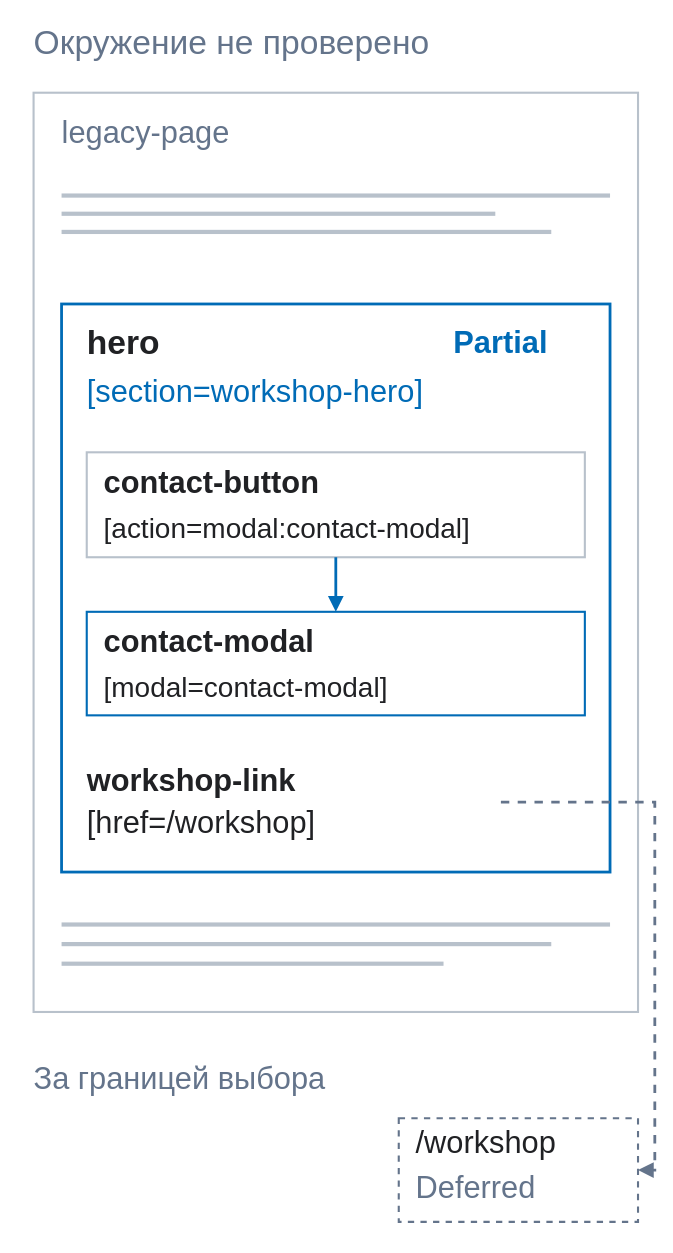
Above: assets/tutorial/diagrams/scope-ru.svg in Poliklot/dfc-bridge (draw.io), before the change. Source tidied: cells renumbered, new cells last; positions are measured from the earlier drawing's top-left corner, leaving out a move shared by most shapes.
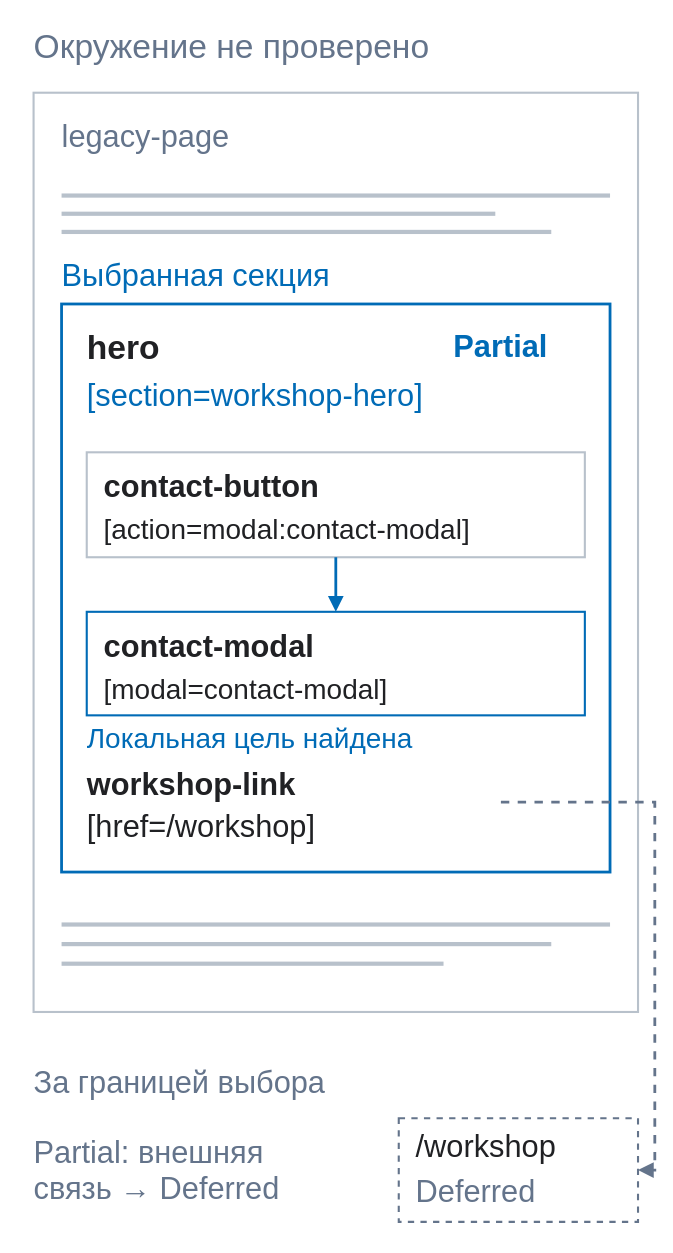
Later version of the same file.

What changed in the source:
```diff
@@ -5,13 +5,13 @@
     <mxCell id="2" style="rounded=0;arcSize=5;fillColor=#FFFFFF;strokeColor=none;strokeWidth=1.5;dashed=0;" parent="1" vertex="1">
       <mxGeometry width="480" height="894" as="geometry" />
     </mxCell>
-    <mxCell id="3" value="Окружение не проверено" style="shape=text;whiteSpace=wrap;html=0;fillColor=none;strokeColor=none;fontFamily=Arial;fontSize=24;fontColor=#64748B;fontStyle=0;align=left;verticalAlign=middle;spacing=0;overflow=visible;" parent="1" vertex="1">
+    <mxCell id="3" value="Окружение не проверено" style="shape=text;whiteSpace=nowrap;html=0;fillColor=none;strokeColor=none;fontFamily=Arial;fontSize=24;fontColor=#64748B;fontStyle=0;align=left;verticalAlign=middle;spacing=0;overflow=visible;" parent="1" vertex="1">
       <mxGeometry x="24" y="12" width="432" height="36" as="geometry" />
     </mxCell>
     <mxCell id="4" style="rounded=0;arcSize=5;fillColor=#FFFFFF;strokeColor=#B8C1CB;strokeWidth=1.5;dashed=0;" parent="1" vertex="1">
       <mxGeometry x="24" y="66" width="432" height="657" as="geometry" />
     </mxCell>
-    <mxCell id="5" value="legacy-page" style="shape=text;whiteSpace=wrap;html=0;fillColor=none;strokeColor=none;fontFamily=Arial;fontSize=22;fontColor=#64748B;fontStyle=0;align=left;verticalAlign=middle;spacing=0;overflow=visible;" parent="4" vertex="1">
+    <mxCell id="5" value="legacy-page" style="shape=text;whiteSpace=nowrap;html=0;fillColor=none;strokeColor=none;fontFamily=Arial;fontSize=22;fontColor=#64748B;fontStyle=0;align=left;verticalAlign=middle;spacing=0;overflow=visible;" parent="4" vertex="1">
       <mxGeometry x="20" y="13" width="392" height="32" as="geometry" />
     </mxCell>
     <mxCell id="6" style="rounded=0;arcSize=5;fillColor=#B8C1CB;strokeColor=none;strokeWidth=1.5;dashed=0;" parent="4" vertex="1">
@@ -26,73 +26,82 @@
     <mxCell id="9" style="rounded=0;arcSize=5;fillColor=#FFFFFF;strokeColor=#006BB6;strokeWidth=2;dashed=0;" parent="4" vertex="1">
       <mxGeometry x="20" y="151" width="392" height="406" as="geometry" />
     </mxCell>
-    <mxCell id="10" value="hero" style="shape=text;whiteSpace=wrap;html=0;fillColor=none;strokeColor=none;fontFamily=Arial;fontSize=24;fontColor=#202124;fontStyle=1;align=left;verticalAlign=middle;spacing=0;overflow=visible;" parent="9" vertex="1">
+    <mxCell id="10" value="hero" style="shape=text;whiteSpace=nowrap;html=0;fillColor=none;strokeColor=none;fontFamily=Arial;fontSize=24;fontColor=#202124;fontStyle=1;align=left;verticalAlign=middle;spacing=0;overflow=visible;" parent="9" vertex="1">
       <mxGeometry x="18" y="13" width="240" height="30" as="geometry" />
     </mxCell>
-    <mxCell id="11" value="Partial" style="shape=text;whiteSpace=wrap;html=0;fillColor=none;strokeColor=none;fontFamily=Arial;fontSize=22;fontColor=#006BB6;fontStyle=1;align=left;verticalAlign=middle;spacing=0;overflow=visible;" parent="9" vertex="1">
+    <mxCell id="11" value="Partial" style="shape=text;whiteSpace=nowrap;html=0;fillColor=none;strokeColor=none;fontFamily=Arial;fontSize=22;fontColor=#006BB6;fontStyle=1;align=left;verticalAlign=middle;spacing=0;overflow=visible;" parent="9" vertex="1">
       <mxGeometry x="280" y="13" width="94" height="30" as="geometry" />
     </mxCell>
-    <mxCell id="12" value="[section=workshop-hero]" style="shape=text;whiteSpace=wrap;html=0;fillColor=none;strokeColor=none;fontFamily=Arial;fontSize=22;fontColor=#006BB6;fontStyle=0;align=left;verticalAlign=middle;spacing=0;overflow=visible;" parent="9" vertex="1">
-      <mxGeometry x="18" y="47" width="356" height="32" as="geometry" />
-    </mxCell>
-    <mxCell id="13" style="rounded=0;arcSize=5;fillColor=#FFFFFF;strokeColor=#B8C1CB;strokeWidth=1.5;dashed=0;" parent="9" vertex="1">
-      <mxGeometry x="18" y="106" width="356" height="75" as="geometry" />
+    <mxCell id="13" value="[section=workshop-hero]" style="shape=text;whiteSpace=nowrap;html=0;fillColor=none;strokeColor=none;fontFamily=Arial;fontSize=22;fontColor=#006BB6;fontStyle=0;align=left;verticalAlign=middle;spacing=0;overflow=visible;" parent="9" vertex="1">
+      <mxGeometry x="18" y="47" width="356" height="32" as="geometry" />
     </mxCell>
-    <mxCell id="14" value="contact-button" style="shape=text;whiteSpace=wrap;html=0;fillColor=none;strokeColor=none;fontFamily=Arial;fontSize=22;fontColor=#202124;fontStyle=1;align=left;verticalAlign=middle;spacing=0;overflow=visible;" parent="13" vertex="1">
-      <mxGeometry x="12" y="7" width="332" height="30" as="geometry" />
+    <mxCell id="14" style="rounded=0;arcSize=5;fillColor=#FFFFFF;strokeColor=#B8C1CB;strokeWidth=1.5;dashed=0;" parent="9" vertex="1">
+      <mxGeometry x="18" y="106" width="356" height="75" as="geometry" />
     </mxCell>
-    <mxCell id="15" value="[action=modal:contact-modal]" style="shape=text;whiteSpace=wrap;html=0;fillColor=none;strokeColor=none;fontFamily=Arial;fontSize=20;fontColor=#202124;fontStyle=0;align=left;verticalAlign=middle;spacing=0;overflow=visible;" parent="13" vertex="1">
-      <mxGeometry x="12" y="38" width="332" height="30" as="geometry" />
+    <mxCell id="15" value="contact-button" style="shape=text;whiteSpace=nowrap;html=0;fillColor=none;strokeColor=none;fontFamily=Arial;fontSize=22;fontColor=#202124;fontStyle=1;align=left;verticalAlign=middle;spacing=0;overflow=visible;" parent="14" vertex="1">
+      <mxGeometry x="12" y="7" width="332" height="30" as="geometry" />
     </mxCell>
-    <mxCell id="16" style="rounded=0;arcSize=5;fillColor=#FFFFFF;strokeColor=#006BB6;strokeWidth=1.5;dashed=0;" parent="9" vertex="1">
-      <mxGeometry x="18" y="220" width="356" height="74" as="geometry" />
+    <mxCell id="16" value="[action=modal:contact-modal]" style="shape=text;whiteSpace=nowrap;html=0;fillColor=none;strokeColor=none;fontFamily=Arial;fontSize=20;fontColor=#202124;fontStyle=0;align=left;verticalAlign=middle;spacing=0;overflow=visible;" parent="14" vertex="1">
+      <mxGeometry x="12" y="38" width="332" height="30" as="geometry" />
     </mxCell>
-    <mxCell id="17" value="contact-modal" style="shape=text;whiteSpace=wrap;html=0;fillColor=none;strokeColor=none;fontFamily=Arial;fontSize=22;fontColor=#202124;fontStyle=1;align=left;verticalAlign=middle;spacing=0;overflow=visible;" parent="16" vertex="1">
-      <mxGeometry x="12" y="7" width="332" height="30" as="geometry" />
+    <mxCell id="17" style="rounded=0;arcSize=5;fillColor=#FFFFFF;strokeColor=#006BB6;strokeWidth=1.5;dashed=0;" parent="9" vertex="1">
+      <mxGeometry x="18" y="220" width="356" height="74" as="geometry" />
     </mxCell>
-    <mxCell id="18" value="[modal=contact-modal]" style="shape=text;whiteSpace=wrap;html=0;fillColor=none;strokeColor=none;fontFamily=Arial;fontSize=20;fontColor=#202124;fontStyle=0;align=left;verticalAlign=middle;spacing=0;overflow=visible;" parent="16" vertex="1">
-      <mxGeometry x="12" y="38" width="332" height="30" as="geometry" />
+    <mxCell id="18" value="contact-modal" style="shape=text;whiteSpace=nowrap;html=0;fillColor=none;strokeColor=none;fontFamily=Arial;fontSize=22;fontColor=#202124;fontStyle=1;align=left;verticalAlign=middle;spacing=0;overflow=visible;" parent="17" vertex="1">
+      <mxGeometry x="12" y="7" width="332" height="30" as="geometry" />
     </mxCell>
-    <mxCell id="19" style="edgeStyle=orthogonalEdgeStyle;rounded=0;endArrow=block;endFill=1;strokeColor=#006BB6;strokeWidth=2;dashed=0;" parent="9" edge="1" source="13" target="16">
-      <mxGeometry relative="1" as="geometry" />
+    <mxCell id="19" value="[modal=contact-modal]" style="shape=text;whiteSpace=nowrap;html=0;fillColor=none;strokeColor=none;fontFamily=Arial;fontSize=20;fontColor=#202124;fontStyle=0;align=left;verticalAlign=middle;spacing=0;overflow=visible;" parent="17" vertex="1">
+      <mxGeometry x="12" y="38" width="332" height="30" as="geometry" />
     </mxCell>
-    <mxCell id="20" style="rounded=0;arcSize=5;fillColor=#FFFFFF;strokeColor=none;strokeWidth=1.5;dashed=0;" parent="9" vertex="1">
-      <mxGeometry x="18" y="326" width="296" height="60" as="geometry" />
+    <mxCell id="20" style="edgeStyle=orthogonalEdgeStyle;rounded=0;endArrow=block;endFill=1;strokeColor=#006BB6;strokeWidth=2;dashed=0;" parent="9" edge="1" source="14" target="17">
+      <mxGeometry relative="1" as="geometry" />
     </mxCell>
-    <mxCell id="21" value="workshop-link" style="shape=text;whiteSpace=wrap;html=0;fillColor=none;strokeColor=none;fontFamily=Arial;fontSize=22;fontColor=#202124;fontStyle=1;align=left;verticalAlign=middle;spacing=0;overflow=visible;" parent="20" vertex="1">
-      <mxGeometry width="296" height="30" as="geometry" />
+    <mxCell id="21" value="Локальная цель найдена" style="shape=text;whiteSpace=nowrap;html=0;fillColor=none;strokeColor=none;fontFamily=Arial;fontSize=20;fontColor=#006BB6;fontStyle=0;align=left;verticalAlign=middle;spacing=0;overflow=visible;" parent="9" vertex="1">
+      <mxGeometry x="18" y="294" width="356" height="28" as="geometry" />
     </mxCell>
-    <mxCell id="22" value="[href=/workshop]" style="shape=text;whiteSpace=wrap;html=0;fillColor=none;strokeColor=none;fontFamily=Arial;fontSize=22;fontColor=#202124;fontStyle=0;align=left;verticalAlign=middle;spacing=0;overflow=visible;" parent="20" vertex="1">
-      <mxGeometry y="30" width="296" height="30" as="geometry" />
+    <mxCell id="22" style="rounded=0;arcSize=5;fillColor=#FFFFFF;strokeColor=none;strokeWidth=1.5;dashed=0;" parent="9" vertex="1">
+      <mxGeometry x="18" y="326" width="296" height="60" as="geometry" />
     </mxCell>
-    <mxCell id="23" style="rounded=0;arcSize=5;fillColor=#B8C1CB;strokeColor=none;strokeWidth=1.5;dashed=0;" parent="4" vertex="1">
-      <mxGeometry x="20" y="593" width="392" height="3" as="geometry" />
+    <mxCell id="23" value="workshop-link" style="shape=text;whiteSpace=nowrap;html=0;fillColor=none;strokeColor=none;fontFamily=Arial;fontSize=22;fontColor=#202124;fontStyle=1;align=left;verticalAlign=middle;spacing=0;overflow=visible;" parent="22" vertex="1">
+      <mxGeometry width="296" height="30" as="geometry" />
     </mxCell>
-    <mxCell id="24" style="rounded=0;arcSize=5;fillColor=#B8C1CB;strokeColor=none;strokeWidth=1.5;dashed=0;" parent="4" vertex="1">
-      <mxGeometry x="20" y="607" width="350" height="3" as="geometry" />
+    <mxCell id="24" value="[href=/workshop]" style="shape=text;whiteSpace=nowrap;html=0;fillColor=none;strokeColor=none;fontFamily=Arial;fontSize=22;fontColor=#202124;fontStyle=0;align=left;verticalAlign=middle;spacing=0;overflow=visible;" parent="22" vertex="1">
+      <mxGeometry y="30" width="296" height="30" as="geometry" />
     </mxCell>
+    <mxCell id="12" value="Выбранная секция" style="shape=text;whiteSpace=nowrap;html=0;fillColor=none;strokeColor=none;fontFamily=Arial;fontSize=22;fontColor=#006BB6;fontStyle=0;align=left;verticalAlign=middle;spacing=0;overflow=visible;" parent="4" vertex="1">
+      <mxGeometry x="20" y="112" width="392" height="32" as="geometry" />
+    </mxCell>
     <mxCell id="25" style="rounded=0;arcSize=5;fillColor=#B8C1CB;strokeColor=none;strokeWidth=1.5;dashed=0;" parent="4" vertex="1">
-      <mxGeometry x="20" y="621" width="273" height="3" as="geometry" />
+      <mxGeometry x="20" y="593" width="392" height="3" as="geometry" />
     </mxCell>
-    <mxCell id="26" value="За границей выбора" style="shape=text;whiteSpace=wrap;html=0;fillColor=none;strokeColor=none;fontFamily=Arial;fontSize=22;fontColor=#64748B;fontStyle=0;align=left;verticalAlign=middle;spacing=0;overflow=visible;" parent="1" vertex="1">
-      <mxGeometry x="24" y="754" width="260" height="34" as="geometry" />
+    <mxCell id="26" style="rounded=0;arcSize=5;fillColor=#B8C1CB;strokeColor=none;strokeWidth=1.5;dashed=0;" parent="4" vertex="1">
+      <mxGeometry x="20" y="607" width="350" height="3" as="geometry" />
     </mxCell>
-    <mxCell id="27" style="rounded=0;arcSize=5;fillColor=#FFFFFF;strokeColor=#64748B;strokeWidth=1.5;dashed=1;" parent="1" vertex="1">
-      <mxGeometry x="285" y="799" width="171" height="74" as="geometry" />
+    <mxCell id="27" style="rounded=0;arcSize=5;fillColor=#B8C1CB;strokeColor=none;strokeWidth=1.5;dashed=0;" parent="4" vertex="1">
+      <mxGeometry x="20" y="621" width="273" height="3" as="geometry" />
     </mxCell>
-    <mxCell id="28" value="/workshop" style="shape=text;whiteSpace=wrap;html=0;fillColor=none;strokeColor=none;fontFamily=Arial;fontSize=22;fontColor=#202124;fontStyle=0;align=left;verticalAlign=middle;spacing=0;overflow=visible;" parent="27" vertex="1">
-      <mxGeometry x="12" y="3" width="147" height="30" as="geometry" />
+    <mxCell id="28" value="За границей выбора" style="shape=text;whiteSpace=nowrap;html=0;fillColor=none;strokeColor=none;fontFamily=Arial;fontSize=22;fontColor=#64748B;fontStyle=0;align=left;verticalAlign=middle;spacing=0;overflow=visible;" parent="1" vertex="1">
+      <mxGeometry x="24" y="754" width="260" height="34" as="geometry" />
     </mxCell>
-    <mxCell id="29" value="Deferred" style="shape=text;whiteSpace=wrap;html=0;fillColor=none;strokeColor=none;fontFamily=Arial;fontSize=22;fontColor=#64748B;fontStyle=0;align=left;verticalAlign=middle;spacing=0;overflow=visible;" parent="27" vertex="1">
-      <mxGeometry x="12" y="35" width="147" height="30" as="geometry" />
+    <mxCell id="29" value="Partial: внешняя&#10;связь → Deferred" style="shape=text;whiteSpace=nowrap;html=0;fillColor=none;strokeColor=none;fontFamily=Arial;fontSize=22;fontColor=#64748B;fontStyle=0;align=left;verticalAlign=middle;spacing=0;overflow=visible;" parent="1" vertex="1">
+      <mxGeometry x="24" y="800" width="250" height="68" as="geometry" />
     </mxCell>
-    <mxCell id="30" style="edgeStyle=orthogonalEdgeStyle;rounded=0;endArrow=block;endFill=1;strokeColor=#64748B;strokeWidth=2;dashed=1;exitX=1;exitY=0.5;entryX=1;entryY=0.5;" parent="1" edge="1" source="20" target="27">
-      <mxGeometry relative="1" as="geometry">
-        <Array as="points">
-          <mxPoint x="468" y="573" />
-          <mxPoint x="468" y="836" />
-        </Array>
-      </mxGeometry>
+    <mxCell id="30" style="rounded=0;arcSize=5;fillColor=#FFFFFF;strokeColor=#64748B;strokeWidth=1.5;dashed=1;" parent="1" vertex="1">
+      <mxGeometry x="285" y="799" width="171" height="74" as="geometry" />
     </mxCell>
+    <mxCell id="31" value="/workshop" style="shape=text;whiteSpace=nowrap;html=0;fillColor=none;strokeColor=none;fontFamily=Arial;fontSize=22;fontColor=#202124;fontStyle=0;align=left;verticalAlign=middle;spacing=0;overflow=visible;" parent="30" vertex="1">
+      <mxGeometry x="12" y="3" width="147" height="30" as="geometry" />
+    </mxCell>
+    <mxCell id="32" value="Deferred" style="shape=text;whiteSpace=nowrap;html=0;fillColor=none;strokeColor=none;fontFamily=Arial;fontSize=22;fontColor=#64748B;fontStyle=0;align=left;verticalAlign=middle;spacing=0;overflow=visible;" parent="30" vertex="1">
+      <mxGeometry x="12" y="35" width="147" height="30" as="geometry" />
+    </mxCell>
+    <mxCell id="33" style="edgeStyle=orthogonalEdgeStyle;rounded=0;endArrow=block;endFill=1;strokeColor=#64748B;strokeWidth=2;dashed=1;exitX=1;exitY=0.5;entryX=1;entryY=0.5;" parent="1" edge="1" source="22" target="30">
+      <mxGeometry relative="1" as="geometry">
+        <Array as="points">
+          <mxPoint x="468" y="573" />
+          <mxPoint x="468" y="836" />
+        </Array>
+      </mxGeometry>
+    </mxCell>
   </root>
 </mxGraphModel>
```
